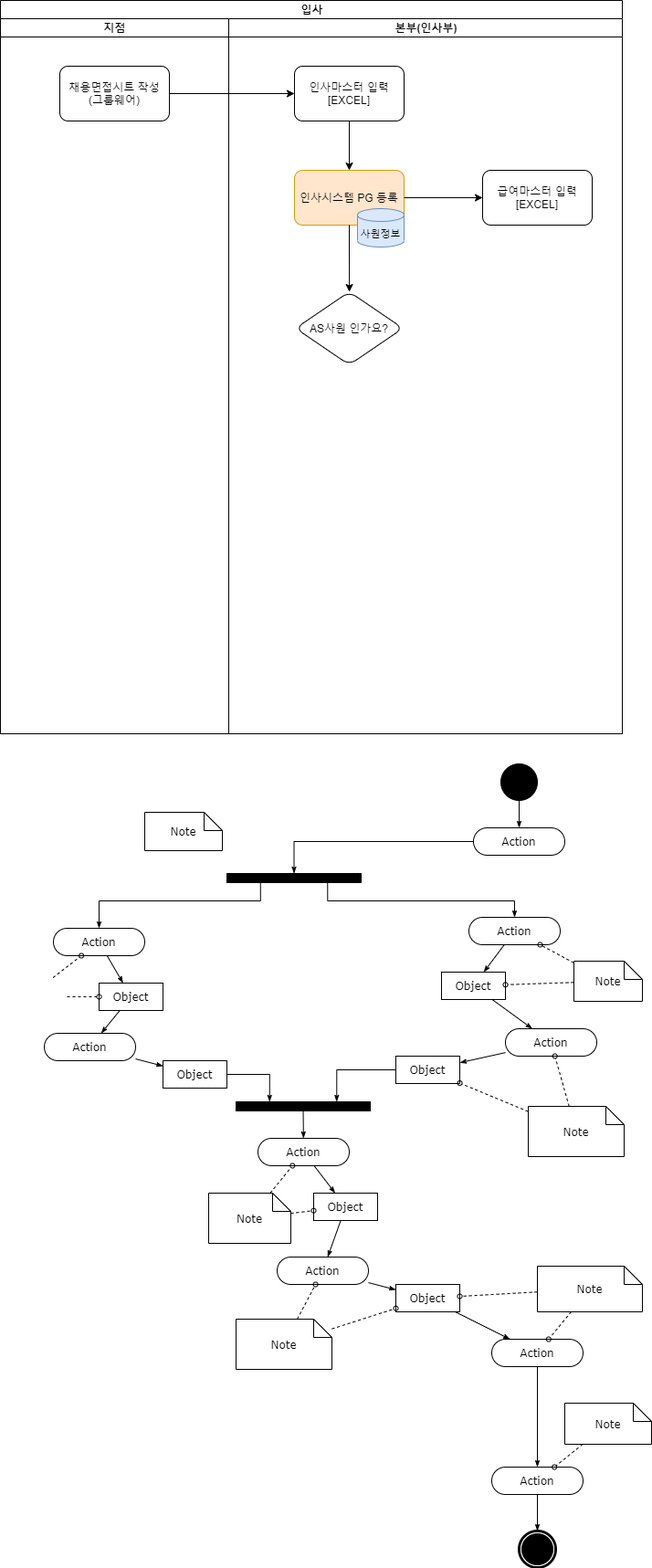
Earlier version of the draw.io export Insa_JoinResignation.drawio.png (seunggeunjo/Flow-Chart). Source tidied: cells renumbered, new cells last; positions are measured from the earlier drawing's top-left corner, leaving out a move shared by most shapes.
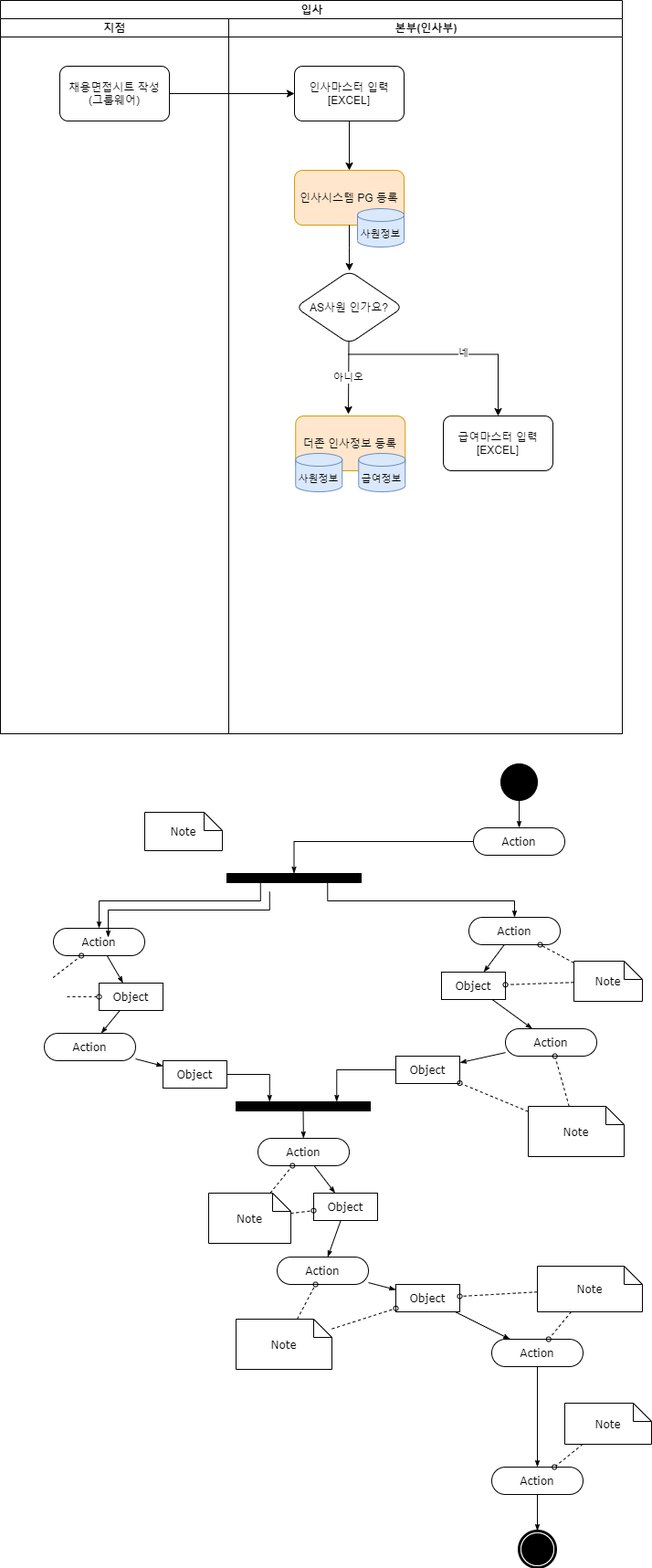
Above is the later version.

The edit, as a diff of the source:
```diff
@@ -23,14 +23,11 @@
     <mxCell id="8" style="edgeStyle=orthogonalEdgeStyle;rounded=0;jettySize=auto;html=1;" parent="5" edge="1" source="6" target="7">
       <mxGeometry relative="1" as="geometry" />
     </mxCell>
-    <mxCell id="9" value="급여마스터 입력&lt;br&gt;[EXCEL]" style="whiteSpace=wrap;html=1;rounded=1;" parent="5" vertex="1">
-      <mxGeometry x="278" y="166" width="120" height="60" as="geometry" />
+    <mxCell id="9" value="더존 인사정보 등록" style="whiteSpace=wrap;html=1;rounded=1;fillColor=#ffe6cc;strokeColor=#d79b00;" parent="5" vertex="1">
+      <mxGeometry x="73.2" y="435" width="120" height="60" as="geometry" />
     </mxCell>
-    <mxCell id="10" style="edgeStyle=orthogonalEdgeStyle;rounded=0;jettySize=auto;html=1;" parent="5" edge="1" source="7" target="9">
-      <mxGeometry relative="1" as="geometry" />
-    </mxCell>
     <mxCell id="11" value="AS사원 인가요?" style="rhombus;whiteSpace=wrap;html=1;rounded=1;" parent="5" vertex="1">
-      <mxGeometry x="73.2" y="299" width="117.5" height="80" as="geometry" />
+      <mxGeometry x="73.2" y="276" width="117.5" height="80" as="geometry" />
     </mxCell>
     <mxCell id="12" style="edgeStyle=orthogonalEdgeStyle;rounded=0;jettySize=auto;html=1;" parent="5" edge="1" source="7" target="11">
       <mxGeometry relative="1" as="geometry" />
@@ -38,6 +35,34 @@
     <mxCell id="13" value="&lt;div&gt;&lt;span&gt;&lt;br&gt;&lt;/span&gt;&lt;/div&gt;&lt;div&gt;&lt;span&gt;사원정보&lt;/span&gt;&lt;/div&gt;" style="strokeWidth=1;html=1;shape=mxgraph.flowchart.database;whiteSpace=wrap;fontSize=11;fillColor=#dae8fc;strokeColor=#6c8ebf;align=center;" parent="5" vertex="1">
       <mxGeometry x="141" y="208" width="51" height="42" as="geometry" />
     </mxCell>
+    <mxCell id="73" value="아니오" style="endArrow=classic;html=1;rounded=0;fontSize=11;" parent="5" edge="1">
+      <mxGeometry relative="1" as="geometry">
+        <mxPoint x="131.5" y="353" as="sourcePoint" />
+        <mxPoint x="131" y="433" as="targetPoint" />
+      </mxGeometry>
+    </mxCell>
+    <mxCell id="74" style="edgeStyle=elbowEdgeStyle;elbow=horizontal;endArrow=classic;html=1;rounded=0;fontSize=11;entryX=0.5;entryY=0;entryDx=0;entryDy=0;" parent="5" edge="1" target="76">
+      <mxGeometry relative="1" as="geometry">
+        <mxPoint x="131" y="367.5" as="sourcePoint" />
+        <Array as="points">
+          <mxPoint x="295" y="368" />
+        </Array>
+      </mxGeometry>
+    </mxCell>
+    <mxCell id="75" value="네" style="edgeLabel;html=1;align=center;verticalAlign=middle;fontSize=11;" parent="74" vertex="1">
+      <mxGeometry x="0.08" y="3" relative="1" as="geometry">
+        <mxPoint y="1" as="offset" />
+      </mxGeometry>
+    </mxCell>
+    <mxCell id="76" value="급여마스터 입력&lt;br&gt;[EXCEL]" style="whiteSpace=wrap;html=1;rounded=1;" parent="5" vertex="1">
+      <mxGeometry x="235" y="435" width="120" height="60" as="geometry" />
+    </mxCell>
+    <mxCell id="77" value="&lt;div&gt;&lt;span&gt;&lt;br&gt;&lt;/span&gt;&lt;/div&gt;&lt;div&gt;&lt;span&gt;사원정보&lt;/span&gt;&lt;/div&gt;" style="strokeWidth=1;html=1;shape=mxgraph.flowchart.database;whiteSpace=wrap;fontSize=11;fillColor=#dae8fc;strokeColor=#6c8ebf;align=center;" parent="5" vertex="1">
+      <mxGeometry x="73.2" y="476" width="51" height="42" as="geometry" />
+    </mxCell>
+    <mxCell id="78" value="&lt;div&gt;&lt;br&gt;&lt;/div&gt;&lt;div&gt;급여정보&lt;/div&gt;" style="strokeWidth=1;html=1;shape=mxgraph.flowchart.database;whiteSpace=wrap;fontSize=11;fillColor=#dae8fc;strokeColor=#6c8ebf;align=center;" parent="5" vertex="1">
+      <mxGeometry x="142.2" y="476" width="51" height="42" as="geometry" />
+    </mxCell>
     <mxCell id="14" style="edgeStyle=orthogonalEdgeStyle;rounded=0;jettySize=auto;html=1;" parent="2" edge="1" source="4" target="6">
       <mxGeometry relative="1" as="geometry" />
     </mxCell>
@@ -233,5 +258,15 @@
     <mxCell id="72" value="Note" style="shape=note;whiteSpace=wrap;html=1;rounded=0;shadow=0;comic=0;labelBackgroundColor=none;strokeWidth=1;fontFamily=Verdana;fontSize=12;align=center;size=20;" parent="1" vertex="1">
       <mxGeometry x="158" y="889" width="85" height="42" as="geometry" />
     </mxCell>
+    <mxCell id="79" style="edgeStyle=orthogonalEdgeStyle;rounded=0;html=1;exitX=0.25;exitY=1;entryX=0.5;entryY=0;labelBackgroundColor=none;startArrow=none;startFill=0;startSize=5;endArrow=classicThin;endFill=1;endSize=5;jettySize=auto;orthogonalLoop=1;strokeWidth=1;fontFamily=Verdana;fontSize=12;" parent="1" edge="1">
+      <mxGeometry relative="1" as="geometry">
+        <mxPoint x="294.8" y="976" as="sourcePoint" />
+        <mxPoint x="118" y="1026" as="targetPoint" />
+        <Array as="points">
+          <mxPoint x="295" y="996" />
+          <mxPoint x="118" y="996" />
+        </Array>
+      </mxGeometry>
+    </mxCell>
   </root>
 </mxGraphModel>
```
